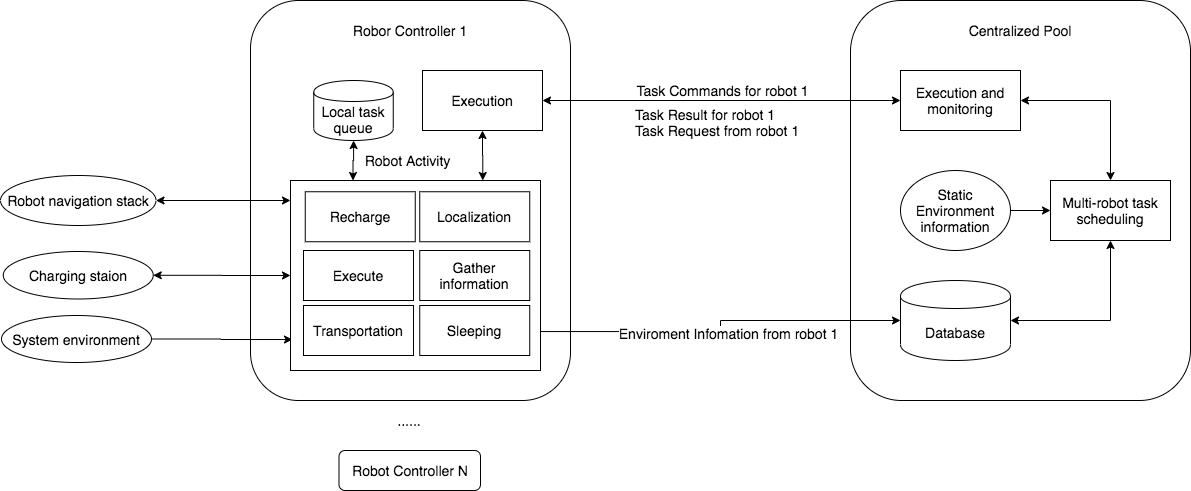
xuanjiao/master_thesis keeps this draw.io diagram as Thesis/content/images/ch3/architecture.drawio.png. Above is the earlier version. Source tidied: cells renumbered, new cells last; positions are measured from the earlier drawing's top-left corner, leaving out a move shared by most shapes.
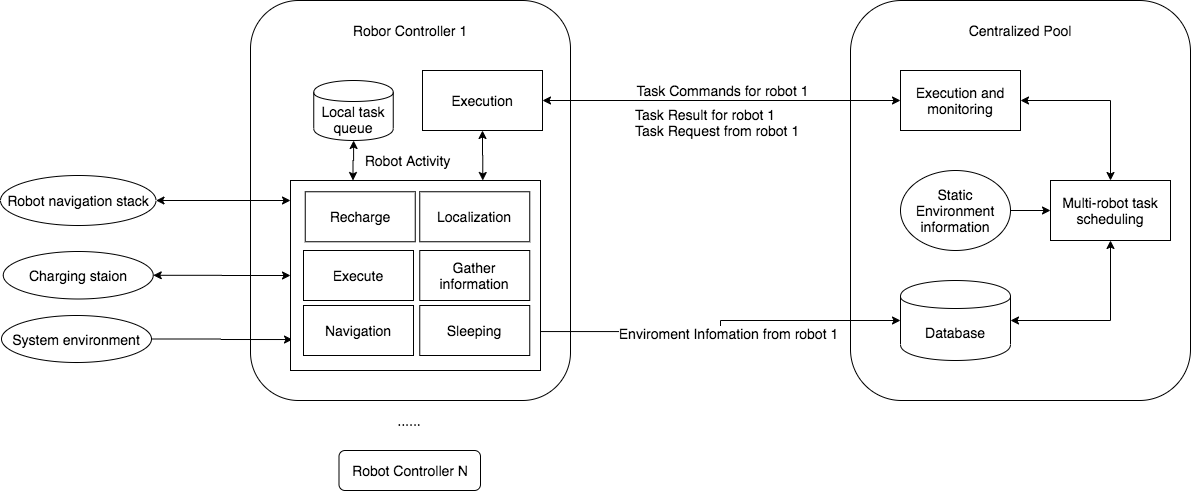
The same diagram one commit later.

The edit, as a diff of the source:
```diff
@@ -113,7 +113,7 @@
     <mxCell id="34" value="Sleeping" style="rounded=0;whiteSpace=wrap;html=1;fontSize=14;" parent="1" vertex="1">
       <mxGeometry x="419.2" y="305" width="110" height="50" as="geometry" />
     </mxCell>
-    <mxCell id="35" value="Transportation" style="rounded=0;whiteSpace=wrap;html=1;fontSize=14;" parent="1" vertex="1">
+    <mxCell id="35" value="Navigation" style="rounded=0;whiteSpace=wrap;html=1;fontSize=14;" parent="1" vertex="1">
       <mxGeometry x="303" y="305" width="110" height="50" as="geometry" />
     </mxCell>
   </root>
```
